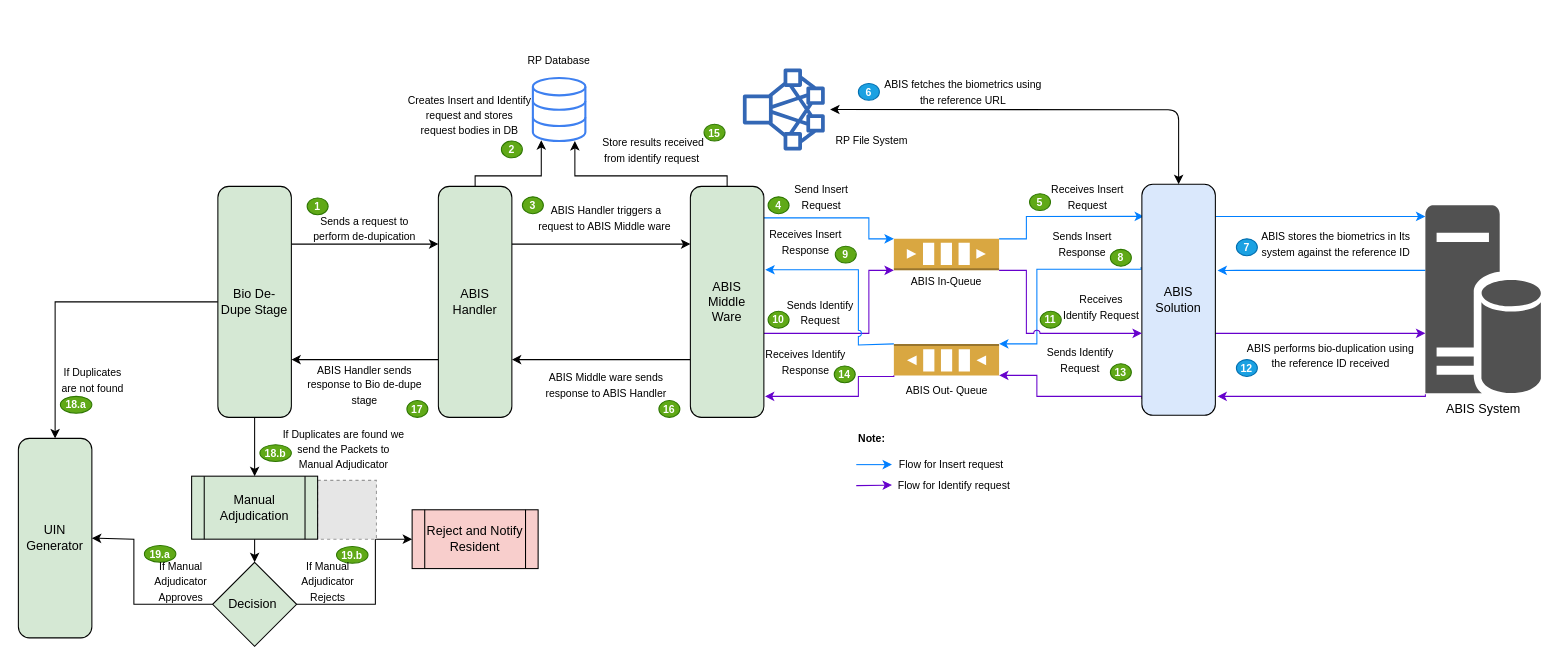
The draw.io diagram page "Process Flow" (2 of 2) of docs/_sources/biometrics/abis_middleware.drawio in mosip/documentation, before the edit. Source tidied: cells renumbered, new cells numbered last; positions are measured from the earlier drawing's top-left corner, leaving out a move shared by most shapes. Both pictures are drawn from the tidied source at 105%, with x=0, y=0 at pixel (18, 49). Pictures stored in the file or linked from it are replaced by grey dashed boxes.
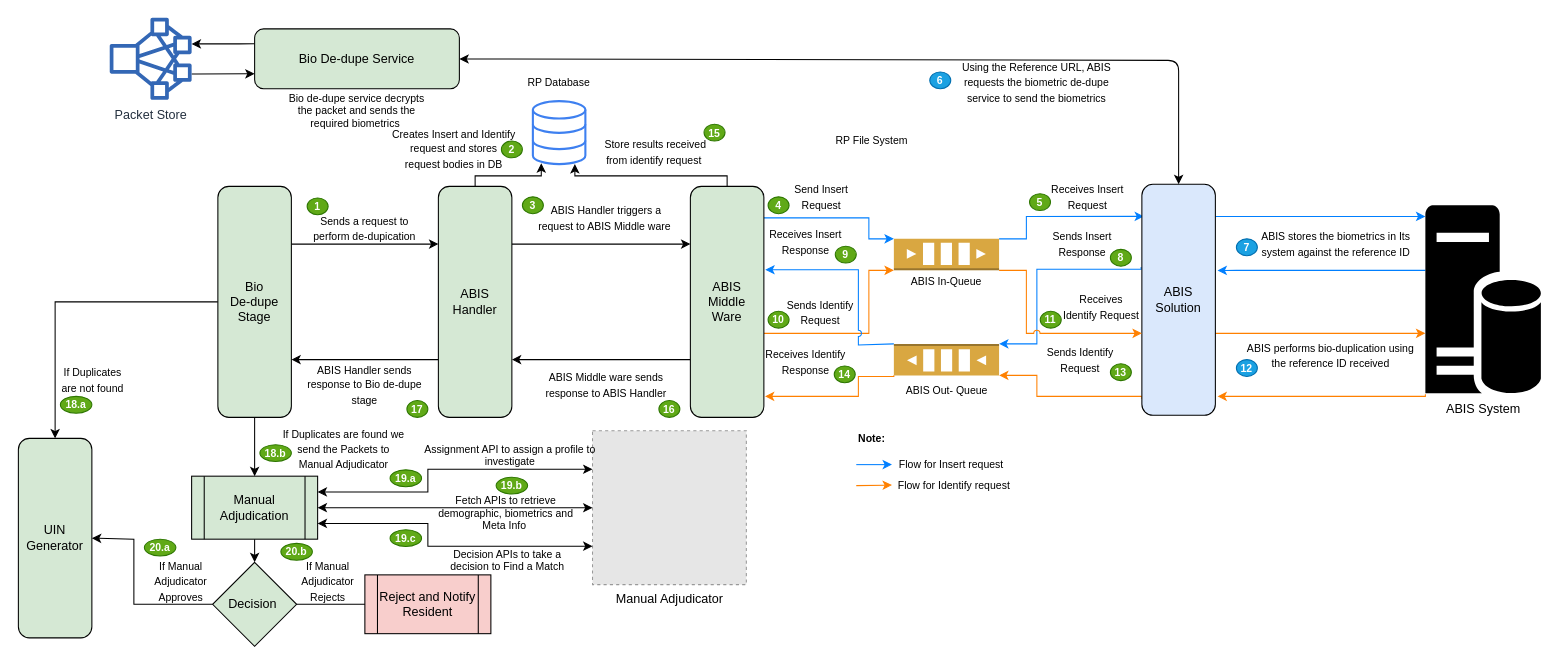
The same diagram, later.

Commit message (it also covers changes not shown here):
MOSIP-221 updating abis diagrams

Unchanged cells that the change refers to:
```xml
<mxCell id="17" value="ABIS&lt;br&gt;Middle&lt;br&gt;Ware" style="rounded=1;whiteSpace=wrap;html=1;fillColor=#d5e8d4;strokeColor=#000000;" parent="1" vertex="1">
  <mxGeometry x="640" y="130" width="70" height="220" as="geometry" />
</mxCell>
<mxCell id="20" style="outlineConnect=0;dashed=0;verticalLabelPosition=bottom;verticalAlign=top;align=center;html=1;shape=mxgraph.aws3.queue;fillColor=#D9A741;gradientColor=none;strokeColor=none;" parent="1" vertex="1">
  <mxGeometry x="833.8" y="180" width="100.2" height="30" as="geometry" />
</mxCell>
<mxCell id="27" value="ABIS Solution" style="rounded=1;whiteSpace=wrap;html=1;fillColor=#dae8fc;strokeColor=#000000;" parent="1" vertex="1">
  <mxGeometry x="1070" y="128" width="70" height="220" as="geometry" />
</mxCell>
<mxCell id="78" value="Manual Adjudication" style="shape=process;whiteSpace=wrap;html=1;backgroundOutline=1;strokeColor=#000000;fillColor=#d5e8d4;" parent="1" vertex="1">
  <mxGeometry x="165" y="406" width="120" height="60" as="geometry" />
</mxCell>
<mxCell id="80" value="Decision&amp;nbsp;" style="rhombus;whiteSpace=wrap;html=1;strokeColor=#000000;fillColor=#d5e8d4;" parent="1" vertex="1">
  <mxGeometry x="185" y="488" width="80" height="80" as="geometry" />
</mxCell>
<mxCell id="85" style="outlineConnect=0;dashed=0;verticalLabelPosition=bottom;verticalAlign=top;align=center;html=1;shape=mxgraph.aws3.queue;fillColor=#D9A741;gradientColor=none;strokeColor=none;rotation=-180;" parent="1" vertex="1">
  <mxGeometry x="833.8" y="280" width="100.2" height="30" as="geometry" />
</mxCell>
```

Diff of the diagram source:
```diff
@@
-    <mxCell id="5" value="Bio De-Dupe Stage" style="rounded=1;whiteSpace=wrap;html=1;fillColor=#d5e8d4;strokeColor=#000000;" parent="1" vertex="1">
+    <mxCell id="5" value="Bio &lt;br&gt;De-dupe Stage" style="rounded=1;whiteSpace=wrap;html=1;fillColor=#d5e8d4;strokeColor=#000000;" parent="1" vertex="1">
       <mxGeometry x="190" y="130" width="70" height="220" as="geometry" />
     </mxCell>
@@
     <mxCell id="11" style="html=1;verticalLabelPosition=bottom;align=center;labelBackgroundColor=#ffffff;verticalAlign=top;strokeWidth=2;strokeColor=#3E80F0;shadow=0;dashed=0;shape=mxgraph.ios7.icons.data;" parent="1" vertex="1">
-      <mxGeometry x="490" y="26.8" width="50" height="60" as="geometry" />
+      <mxGeometry x="490" y="48.8" width="50" height="60" as="geometry" />
     </mxCell>
     <mxCell id="12" value="&lt;font style=&quot;font-size: 10px&quot;&gt;Creates Insert and Identify request and stores request bodies in DB&lt;/font&gt;" style="text;html=1;strokeColor=none;fillColor=none;align=center;verticalAlign=middle;whiteSpace=wrap;rounded=0;" parent="1" vertex="1">
-      <mxGeometry x="370" y="36.8" width="120" height="50" as="geometry" />
+      <mxGeometry x="355" y="68.8" width="120" height="50" as="geometry" />
     </mxCell>
@@
-    <mxCell id="14" style="edgeStyle=orthogonalEdgeStyle;rounded=0;jettySize=auto;html=1;strokeColor=#6600CC;entryX=0;entryY=1;entryDx=0;entryDy=0;entryPerimeter=0;" parent="1" edge="1" source="17" target="20">
+    <mxCell id="14" style="edgeStyle=orthogonalEdgeStyle;rounded=0;jettySize=auto;html=1;strokeColor=#FF8000;entryX=0;entryY=1;entryDx=0;entryDy=0;entryPerimeter=0;" parent="1" edge="1" source="17" target="20">
       <mxGeometry relative="1" as="geometry">
         <Array as="points">
           <mxPoint x="810" y="270" />
           <mxPoint x="810" y="210" />
         </Array>
       </mxGeometry>
     </mxCell>
@@
-    <mxCell id="24" style="edgeStyle=orthogonalEdgeStyle;rounded=0;jettySize=auto;html=1;exitX=0;exitY=0.93;exitDx=0;exitDy=0;exitPerimeter=0;strokeColor=#6600CC;" parent="1" edge="1" source="27">
+    <mxCell id="24" style="edgeStyle=orthogonalEdgeStyle;rounded=0;jettySize=auto;html=1;exitX=0;exitY=0.93;exitDx=0;exitDy=0;exitPerimeter=0;strokeColor=#FF8000;" parent="1" edge="1" source="27">
       <mxGeometry relative="1" as="geometry">
         <mxPoint x="934" y="310" as="targetPoint" />
         <Array as="points">
           <mxPoint x="1070" y="330" />
           <mxPoint x="970" y="330" />
           <mxPoint x="970" y="310" />
         </Array>
       </mxGeometry>
     </mxCell>
-    <mxCell id="25" style="edgeStyle=orthogonalEdgeStyle;rounded=0;jettySize=auto;html=1;exitX=0.99;exitY=0.603;exitDx=0;exitDy=0;exitPerimeter=0;strokeColor=#6600CC;" parent="1" edge="1" source="27" target="31">
+    <mxCell id="25" style="edgeStyle=orthogonalEdgeStyle;rounded=0;jettySize=auto;html=1;exitX=0.99;exitY=0.603;exitDx=0;exitDy=0;exitPerimeter=0;strokeColor=#FF8000;" parent="1" edge="1" source="27" target="31">
       <mxGeometry relative="1" as="geometry">
         <Array as="points">
           <mxPoint x="1109" y="270" />
         </Array>
       </mxGeometry>
     </mxCell>
@@
-    <mxCell id="30" style="edgeStyle=orthogonalEdgeStyle;rounded=0;jettySize=auto;html=1;strokeColor=#6600CC;exitX=0;exitY=1;exitDx=0;exitDy=0;exitPerimeter=0;" parent="1" edge="1" source="31">
+    <mxCell id="30" style="edgeStyle=orthogonalEdgeStyle;rounded=0;jettySize=auto;html=1;strokeColor=#FF8000;exitX=0;exitY=1;exitDx=0;exitDy=0;exitPerimeter=0;" parent="1" edge="1" source="31">
       <mxGeometry relative="1" as="geometry">
         <mxPoint x="1142" y="330" as="targetPoint" />
         <Array as="points">
           <mxPoint x="1340" y="330" />
         </Array>
       </mxGeometry>
     </mxCell>
-    <mxCell id="31" value="ABIS System" style="shadow=0;dashed=0;html=1;strokeColor=none;labelPosition=center;verticalLabelPosition=bottom;verticalAlign=top;align=center;fillColor=#515151;shape=mxgraph.mscae.enterprise.database_server;" parent="1" vertex="1">
+    <mxCell id="31" value="ABIS System" style="shadow=0;dashed=0;html=1;strokeColor=none;labelPosition=center;verticalLabelPosition=bottom;verticalAlign=top;align=center;fillColor=#000000;shape=mxgraph.mscae.enterprise.database_server;" parent="1" vertex="1">
       <mxGeometry x="1340" y="148" width="110" height="180" as="geometry" />
     </mxCell>
-    <mxCell id="32" style="endArrow=classic;startArrow=classic;html=1;exitX=0.5;exitY=0;exitDx=0;exitDy=0;" parent="1" edge="1" source="27">
+    <mxCell id="32" style="endArrow=classic;startArrow=classic;html=1;exitX=0.5;exitY=0;exitDx=0;exitDy=0;" parent="1" edge="1" source="27" target="96">
       <mxGeometry relative="1" as="geometry">
-        <mxPoint x="773.1" y="56.8" as="targetPoint" />
         <Array as="points">
-          <mxPoint x="1105" y="57" />
+          <mxPoint x="1105" y="10" />
         </Array>
       </mxGeometry>
     </mxCell>
@@
     <mxCell id="34" value="&lt;font style=&quot;font-size: 10px&quot;&gt;RP Database&lt;/font&gt;" style="text;html=1;strokeColor=none;fillColor=none;align=center;verticalAlign=middle;whiteSpace=wrap;rounded=0;" parent="1" vertex="1">
-      <mxGeometry x="470" width="90" height="20" as="geometry" />
+      <mxGeometry x="470" y="21" width="90" height="20" as="geometry" />
     </mxCell>
-    <mxCell id="35" value="&lt;font style=&quot;font-size: 10px&quot;&gt;ABIS fetches the biometrics using the reference URL&lt;/font&gt;" style="text;html=1;strokeColor=none;fillColor=none;align=center;verticalAlign=middle;whiteSpace=wrap;rounded=0;" parent="1" vertex="1">
-      <mxGeometry x="820" y="20" width="160" height="40" as="geometry" />
+    <mxCell id="35" value="&lt;font style=&quot;font-size: 10px&quot;&gt;Using the Reference URL, ABIS requests the biometric de-dupe service to send the biometrics&lt;/font&gt;" style="text;html=1;strokeColor=none;fillColor=none;align=center;verticalAlign=middle;whiteSpace=wrap;rounded=0;" parent="1" vertex="1">
+      <mxGeometry x="890" y="10.8" width="160" height="40" as="geometry" />
     </mxCell>
@@
-    <mxCell id="37" style="edgeStyle=orthogonalEdgeStyle;rounded=0;orthogonalLoop=1;jettySize=auto;html=1;strokeColor=#6600CC;jumpStyle=arc;" parent="1" edge="1">
+    <mxCell id="37" style="edgeStyle=orthogonalEdgeStyle;rounded=0;orthogonalLoop=1;jettySize=auto;html=1;strokeColor=#FF8000;jumpStyle=arc;" parent="1" edge="1">
       <mxGeometry relative="1" as="geometry">
         <mxPoint x="934" y="210" as="sourcePoint" />
         <mxPoint x="1070" y="270" as="targetPoint" />
         <Array as="points">
           <mxPoint x="934" y="210" />
           <mxPoint x="960" y="210" />
           <mxPoint x="960" y="270" />
         </Array>
       </mxGeometry>
     </mxCell>
@@
-    <mxCell id="39" style="edgeStyle=orthogonalEdgeStyle;rounded=0;jettySize=auto;html=1;strokeColor=#6600CC;exitX=1;exitY=0;exitDx=0;exitDy=0;exitPerimeter=0;" parent="1" edge="1" source="85">
+    <mxCell id="39" style="edgeStyle=orthogonalEdgeStyle;rounded=0;jettySize=auto;html=1;strokeColor=#FF8000;exitX=1;exitY=0;exitDx=0;exitDy=0;exitPerimeter=0;" parent="1" edge="1" source="85">
       <mxGeometry relative="1" as="geometry">
         <mxPoint x="711" y="330" as="targetPoint" />
         <Array as="points">
           <mxPoint x="834" y="311" />
           <mxPoint x="800" y="311" />
           <mxPoint x="800" y="330" />
         </Array>
       </mxGeometry>
     </mxCell>
@@
     <mxCell id="49" value="&lt;b&gt;&lt;font style=&quot;font-size: 10px&quot;&gt;6&lt;/font&gt;&lt;/b&gt;" style="ellipse;whiteSpace=wrap;html=1;fillColor=#1ba1e2;strokeColor=#006EAF;fontColor=#ffffff;" parent="1" vertex="1">
-      <mxGeometry x="800" y="32" width="20" height="16" as="geometry" />
+      <mxGeometry x="868" y="21" width="20" height="16" as="geometry" />
     </mxCell>
@@
     <mxCell id="59" value="&lt;font style=&quot;font-size: 10px&quot;&gt;Store results received from identify request&amp;nbsp;&lt;/font&gt;" style="text;html=1;strokeColor=none;fillColor=none;align=center;verticalAlign=middle;whiteSpace=wrap;rounded=0;" parent="1" vertex="1">
-      <mxGeometry x="550" y="79.8" width="110" height="30" as="geometry" />
+      <mxGeometry x="552" y="81.8" width="110" height="30" as="geometry" />
     </mxCell>
@@
+    <mxCell id="91" style="edgeStyle=orthogonalEdgeStyle;rounded=0;jettySize=auto;html=1;entryX=0;entryY=0.75;entryDx=0;entryDy=0;endSize=6;strokeColor=#000000;strokeWidth=1;" parent="1" edge="1" source="64" target="96">
+      <mxGeometry relative="1" as="geometry">
+        <Array as="points">
+          <mxPoint x="170" y="23" />
+          <mxPoint x="170" y="23" />
+        </Array>
+      </mxGeometry>
+    </mxCell>
-    <mxCell id="64" style="outlineConnect=0;fontColor=#232F3E;gradientColor=none;fillColor=#3367B5;strokeColor=none;dashed=0;verticalLabelPosition=bottom;verticalAlign=top;align=center;html=1;fontSize=12;fontStyle=0;shape=mxgraph.aws4.cluster;" parent="1" vertex="1">
-      <mxGeometry x="690" y="17.8" width="78" height="78" as="geometry" />
+    <mxCell id="64" value="Packet Store" style="outlineConnect=0;fontColor=#232F3E;gradientColor=none;fillColor=#3367B5;strokeColor=none;dashed=0;verticalLabelPosition=bottom;verticalAlign=top;align=center;html=1;fontSize=12;fontStyle=0;shape=mxgraph.aws4.cluster;" parent="1" vertex="1">
+      <mxGeometry x="87" y="-30.5" width="78" height="78" as="geometry" />
     </mxCell>
-    <mxCell id="65" style="edgeStyle=orthogonalEdgeStyle;rounded=0;jettySize=auto;html=1;exitX=1;exitY=0.5;exitDx=0;exitDy=0;" parent="1" edge="1" source="80" target="73">
+    <mxCell id="65" style="edgeStyle=orthogonalEdgeStyle;rounded=0;jettySize=auto;html=1;exitX=1;exitY=0.5;exitDx=0;exitDy=0;entryX=0;entryY=0.5;entryDx=0;entryDy=0;" parent="1" edge="1" source="80" target="73">
       <mxGeometry relative="1" as="geometry">
         <Array as="points">
           <mxPoint x="340" y="528" />
-          <mxPoint x="340" y="466" />
+          <mxPoint x="340" y="528" />
         </Array>
       </mxGeometry>
     </mxCell>
@@
     <mxCell id="71" value="&lt;span style=&quot;font-size: 10px&quot;&gt;&lt;b&gt;19.a&lt;/b&gt;&lt;/span&gt;" style="ellipse;whiteSpace=wrap;html=1;fillColor=#60a917;strokeColor=#2D7600;fontColor=#ffffff;" parent="1" vertex="1">
-      <mxGeometry x="120" y="472" width="30" height="16" as="geometry" />
+      <mxGeometry x="354" y="400" width="30" height="16" as="geometry" />
     </mxCell>
@@
     <mxCell id="73" value="Reject and Notify Resident" style="shape=process;whiteSpace=wrap;html=1;backgroundOutline=1;strokeColor=#000000;fillColor=#f8cecc;" parent="1" vertex="1">
-      <mxGeometry x="375" y="438" width="120" height="56" as="geometry" />
+      <mxGeometry x="330" y="500" width="120" height="56" as="geometry" />
     </mxCell>
     <mxCell id="74" value="&lt;span style=&quot;font-size: 10px&quot;&gt;&lt;b&gt;19.b&lt;/b&gt;&lt;/span&gt;" style="ellipse;whiteSpace=wrap;html=1;fillColor=#60a917;strokeColor=#2D7600;fontColor=#ffffff;" parent="1" vertex="1">
-      <mxGeometry x="303" y="473" width="30" height="16" as="geometry" />
+      <mxGeometry x="455" y="407" width="30" height="16" as="geometry" />
     </mxCell>
@@
-    <mxCell id="76" style="fillColor=#E6E6E6;strokeColor=#999999;dashed=1;html=1;verticalAlign=top;verticalLabelPosition=bottom;labelBackgroundColor=#ffffff;" parent="1" vertex="1">
-      <mxGeometry x="285" y="410" width="56" height="56" as="geometry" />
+    <mxCell id="76" value="Manual Adjudicator" style="fillColor=#E6E6E6;strokeColor=#999999;dashed=1;html=1;verticalAlign=top;verticalLabelPosition=bottom;labelBackgroundColor=#ffffff;" parent="1" vertex="1">
+      <mxGeometry x="546.8" y="362.8" width="146.5" height="146.5" as="geometry" />
     </mxCell>
@@
+    <mxCell id="92" style="edgeStyle=orthogonalEdgeStyle;jettySize=auto;html=1;exitX=1;exitY=0.25;exitDx=0;exitDy=0;entryX=0;entryY=0.25;entryDx=0;entryDy=0;endSize=6;strokeColor=#000000;strokeWidth=1;fontSize=10;rounded=0;targetPerimeterSpacing=0;startArrow=classic;startFill=1;" parent="1" edge="1" source="78" target="76">
+      <mxGeometry relative="1" as="geometry">
+        <Array as="points">
+          <mxPoint x="390" y="421" />
+          <mxPoint x="390" y="399" />
+        </Array>
+      </mxGeometry>
+    </mxCell>
+    <mxCell id="93" style="edgeStyle=orthogonalEdgeStyle;rounded=0;jettySize=auto;html=1;exitX=1;exitY=0.75;exitDx=0;exitDy=0;entryX=0;entryY=0.75;entryDx=0;entryDy=0;startArrow=classic;startFill=1;endSize=6;targetPerimeterSpacing=0;strokeColor=#000000;strokeWidth=1;fontSize=10;" parent="1" edge="1" source="78" target="76">
+      <mxGeometry relative="1" as="geometry">
+        <Array as="points">
+          <mxPoint x="390" y="451" />
+          <mxPoint x="390" y="473" />
+        </Array>
+      </mxGeometry>
+    </mxCell>
+    <mxCell id="94" style="edgeStyle=orthogonalEdgeStyle;rounded=0;jettySize=auto;html=1;exitX=1;exitY=0.5;exitDx=0;exitDy=0;entryX=0;entryY=0.5;entryDx=0;entryDy=0;startArrow=classic;startFill=1;endSize=6;targetPerimeterSpacing=0;strokeColor=#000000;strokeWidth=1;fontSize=10;" parent="1" edge="1" source="78" target="76">
+      <mxGeometry relative="1" as="geometry" />
+    </mxCell>
@@
-    <mxCell id="89" style="endArrow=classic;html=1;strokeColor=#6600CC;fontSize=10;" parent="1" edge="1">
+    <mxCell id="89" style="endArrow=classic;html=1;strokeColor=#FF8000;fontSize=10;" parent="1" edge="1">
       <mxGeometry relative="1" as="geometry">
         <mxPoint x="798" y="415" as="sourcePoint" />
         <mxPoint x="832" y="414.5" as="targetPoint" />
       </mxGeometry>
     </mxCell>
@@
+    <mxCell id="95" style="edgeStyle=orthogonalEdgeStyle;rounded=0;jettySize=auto;html=1;exitX=0;exitY=0.25;exitDx=0;exitDy=0;endSize=6;strokeColor=#000000;strokeWidth=1;" parent="1" edge="1" source="96" target="64">
+      <mxGeometry relative="1" as="geometry">
+        <Array as="points">
+          <mxPoint x="210" y="-6" />
+          <mxPoint x="210" y="-6" />
+        </Array>
+      </mxGeometry>
+    </mxCell>
+    <mxCell id="96" value="Bio De-dupe Service" style="rounded=1;whiteSpace=wrap;html=1;fillColor=#d5e8d4;strokeColor=#000000;" parent="1" vertex="1">
+      <mxGeometry x="225" y="-20" width="195" height="57" as="geometry" />
+    </mxCell>
+    <mxCell id="97" value="Bio de-dupe service decrypts the packet and sends the required biometrics&amp;nbsp;" style="text;html=1;strokeColor=none;fillColor=none;align=center;verticalAlign=middle;whiteSpace=wrap;rounded=0;fontSize=10;" parent="1" vertex="1">
+      <mxGeometry x="255" y="47.5" width="135" height="20" as="geometry" />
+    </mxCell>
+    <mxCell id="98" value="Assignment API to assign a profile to investigate" style="text;html=1;strokeColor=none;fillColor=none;align=center;verticalAlign=middle;whiteSpace=wrap;rounded=0;fontSize=10;" parent="1" vertex="1">
+      <mxGeometry x="386" y="376" width="165" height="20" as="geometry" />
+    </mxCell>
+    <mxCell id="99" value="Fetch APIs to retrieve demographic, biometrics and Meta Info&amp;nbsp;" style="text;html=1;strokeColor=none;fillColor=none;align=center;verticalAlign=middle;whiteSpace=wrap;rounded=0;fontSize=10;" parent="1" vertex="1">
+      <mxGeometry x="398" y="429" width="133" height="24" as="geometry" />
+    </mxCell>
+    <mxCell id="100" value="Decision APIs to take a decision to Find a Match" style="text;html=1;strokeColor=none;fillColor=none;align=center;verticalAlign=middle;whiteSpace=wrap;rounded=0;fontSize=10;" parent="1" vertex="1">
+      <mxGeometry x="400.5" y="476" width="130" height="20" as="geometry" />
+    </mxCell>
+    <mxCell id="101" value="&lt;span style=&quot;font-size: 10px&quot;&gt;&lt;b&gt;19.c&lt;/b&gt;&lt;/span&gt;" style="ellipse;whiteSpace=wrap;html=1;fillColor=#60a917;strokeColor=#2D7600;fontColor=#ffffff;" parent="1" vertex="1">
+      <mxGeometry x="354" y="457" width="30" height="16" as="geometry" />
+    </mxCell>
+    <mxCell id="102" value="&lt;span style=&quot;font-size: 10px&quot;&gt;&lt;b&gt;20.a&lt;/b&gt;&lt;/span&gt;" style="ellipse;whiteSpace=wrap;html=1;fillColor=#60a917;strokeColor=#2D7600;fontColor=#ffffff;" parent="1" vertex="1">
+      <mxGeometry x="120" y="466" width="30" height="16" as="geometry" />
+    </mxCell>
+    <mxCell id="103" value="&lt;span style=&quot;font-size: 10px&quot;&gt;&lt;b&gt;20.b&lt;/b&gt;&lt;/span&gt;" style="ellipse;whiteSpace=wrap;html=1;fillColor=#60a917;strokeColor=#2D7600;fontColor=#ffffff;" parent="1" vertex="1">
+      <mxGeometry x="250" y="470" width="30" height="16" as="geometry" />
+    </mxCell>
```
